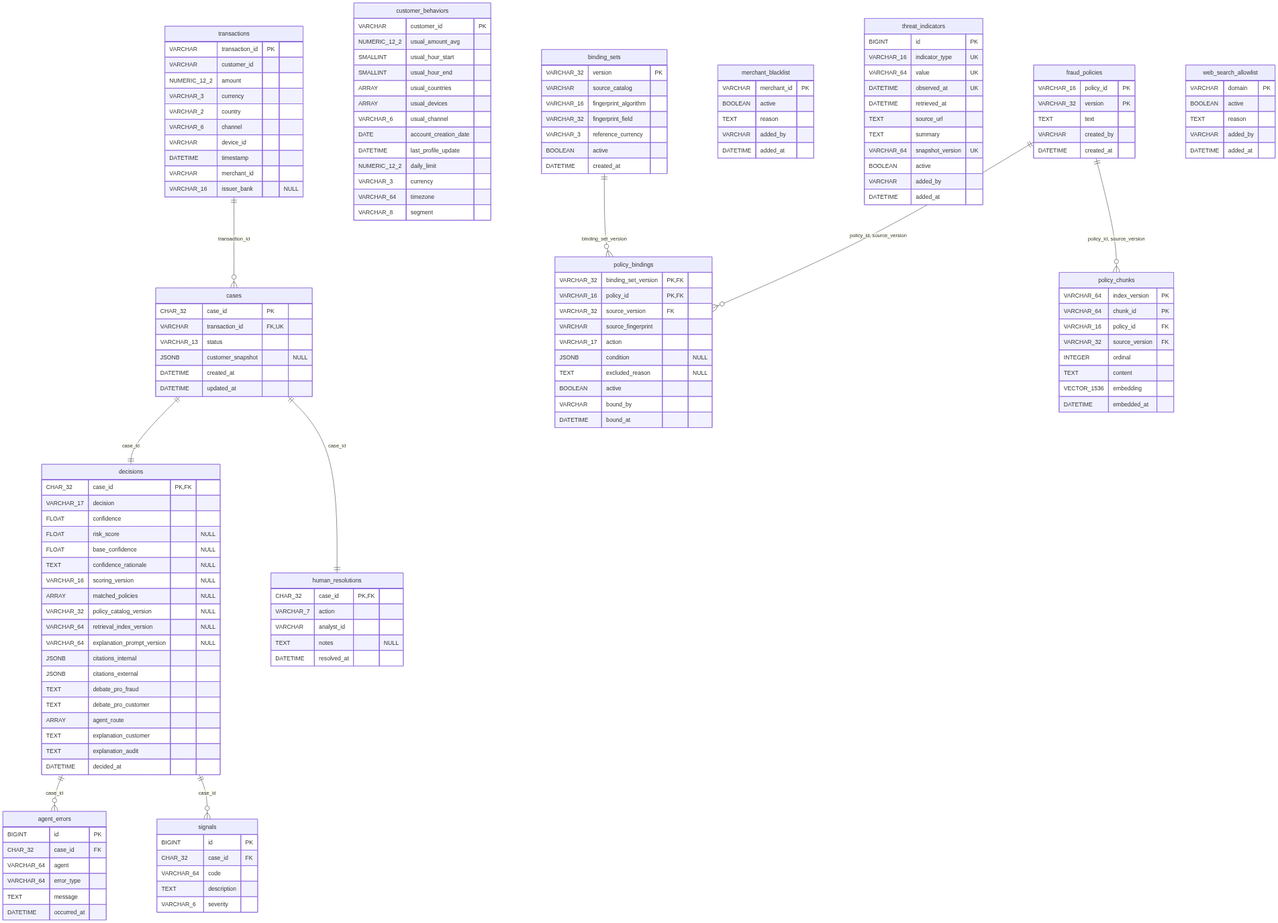
The Mermaid diagram docs/diagrams/data_model.png in Nicolas-Torres/multiagent-fraud-detection, before a commit. Its source is kept beside it as docs/diagrams/data_model.mmd.
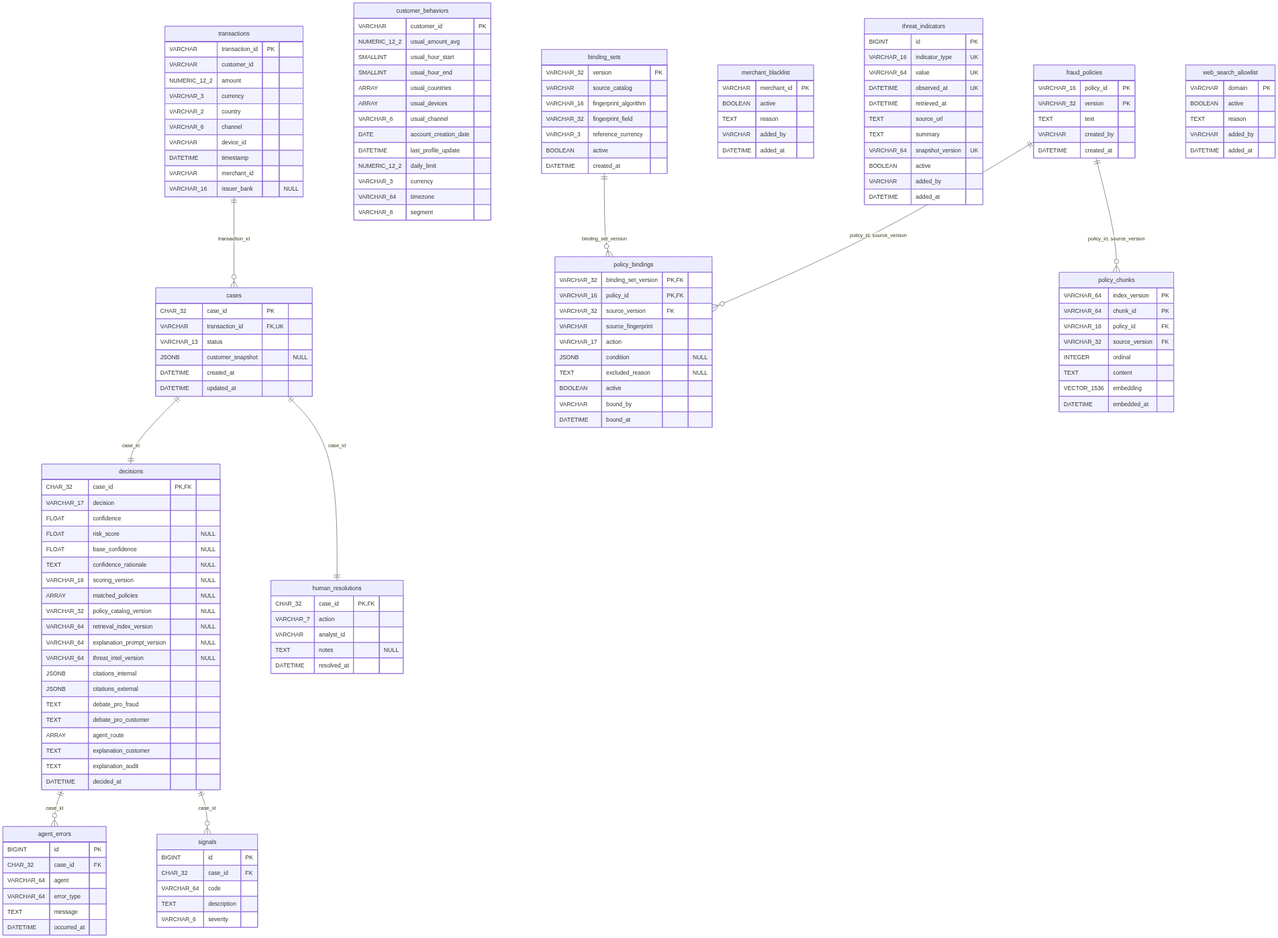
Later version of the same file.

Change to the diagram source:
```diff
@@ -111,6 +111,7 @@
         VARCHAR_32 policy_catalog_version "NULL"
         VARCHAR_64 retrieval_index_version "NULL"
         VARCHAR_64 explanation_prompt_version "NULL"
+        VARCHAR_64 threat_intel_version "NULL"
         JSONB citations_internal
         JSONB citations_external
         TEXT debate_pro_fraud
```
